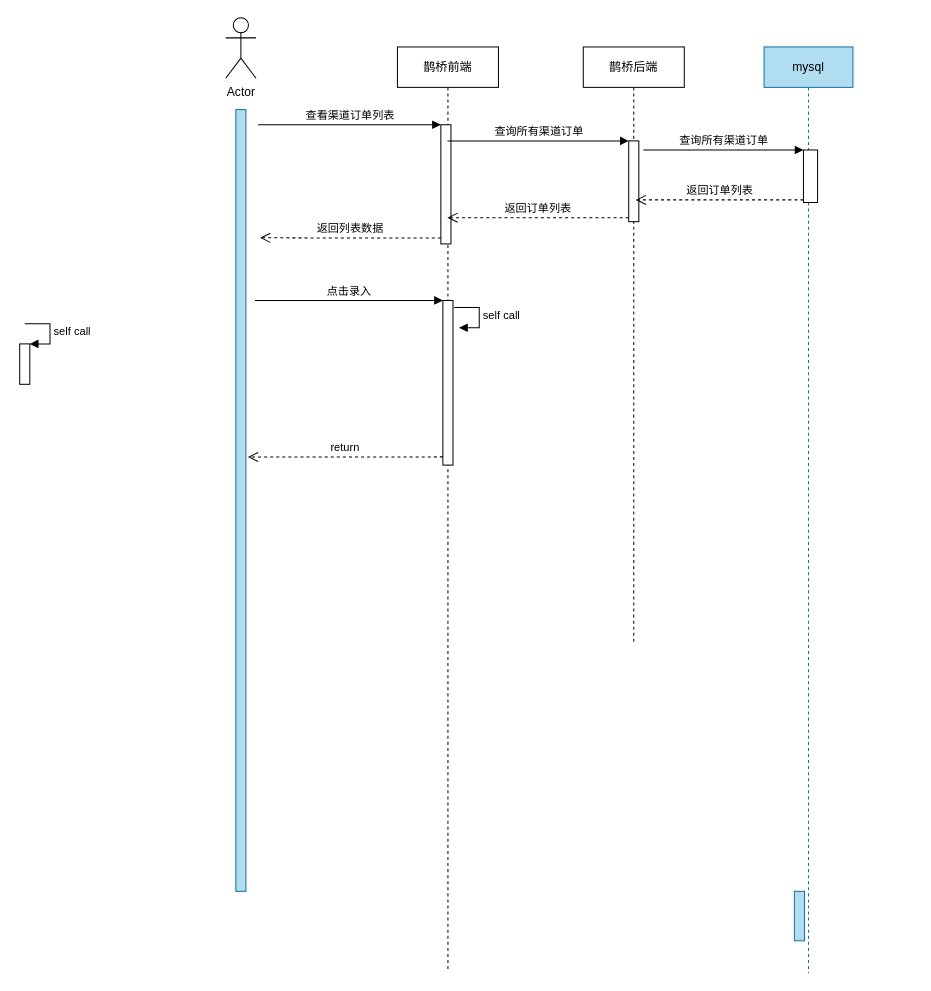
Above: 渠道顶大时序图.drawio in zhaoershuang/flow-chart (draw.io), before the change. Source tidied: cells renumbered, new cells numbered last; positions are measured from the earlier drawing's top-left corner, leaving out a move shared by most shapes. Both pictures are drawn from the tidied source at 101%, with x=0, y=0 at pixel (19, 17).
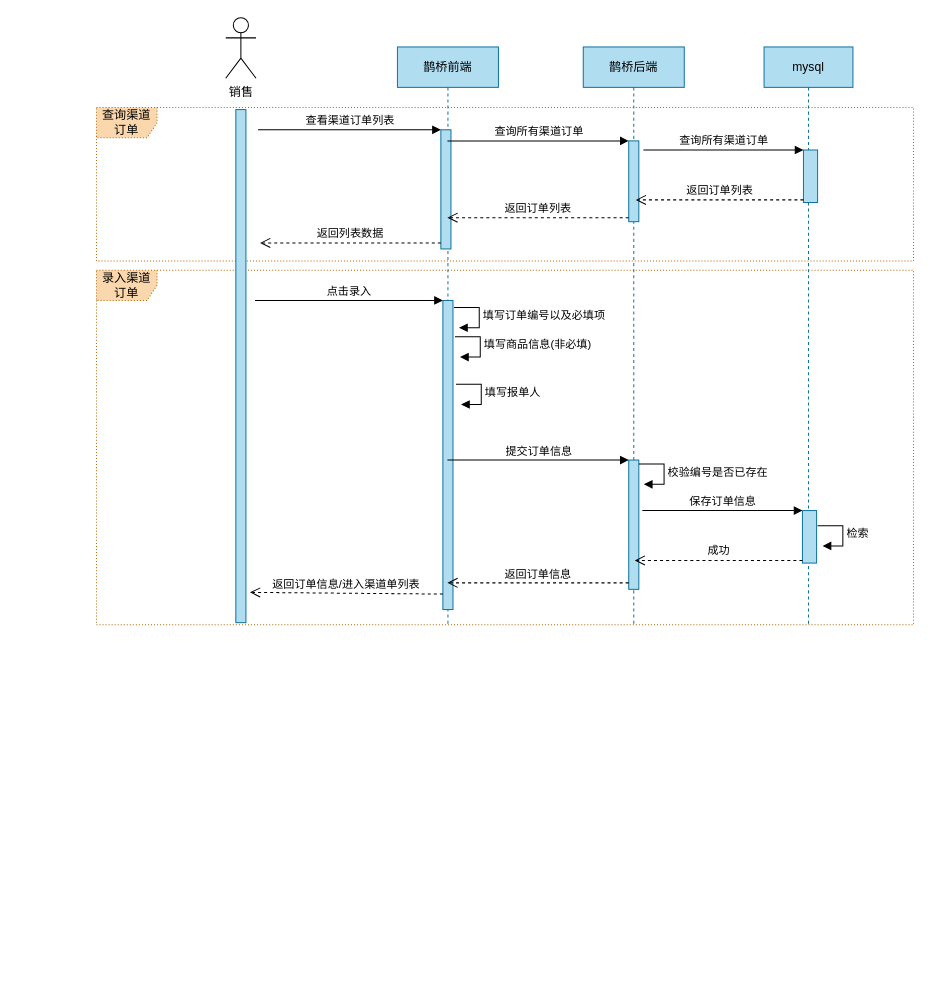
Above is the later version.

Commit message (it also covers changes not shown here):
更新渠道顶大时序图.drawio

What changed in the source:
```diff
@@
+    <mxCell id="24" value="录入渠道订单" style="shape=umlFrame;whiteSpace=wrap;html=1;fillColor=#fad7ac;strokeColor=#b46504;dashed=1;shadow=0;dashPattern=1 2;" parent="1" vertex="1">
+      <mxGeometry x="76" y="250" width="809" height="351" as="geometry" />
+    </mxCell>
+    <mxCell id="25" value="查询渠道订单" style="shape=umlFrame;whiteSpace=wrap;html=1;fillColor=#fad7ac;strokeColor=#b46504;dashed=1;dashPattern=1 2;shadow=0;" parent="1" vertex="1">
+      <mxGeometry x="76" y="89" width="809" height="152" as="geometry" />
+    </mxCell>
-    <mxCell id="2" value="鹊桥前端" style="shape=umlLifeline;perimeter=lifelinePerimeter;whiteSpace=wrap;html=1;outlineConnect=0;" parent="1" vertex="1">
-      <mxGeometry x="374" y="29" width="100" height="916" as="geometry" />
+    <mxCell id="2" value="鹊桥前端" style="shape=umlLifeline;perimeter=lifelinePerimeter;whiteSpace=wrap;html=1;outlineConnect=0;fillColor=#b1ddf0;strokeColor=#10739e;" parent="1" vertex="1">
+      <mxGeometry x="374" y="29" width="100" height="573" as="geometry" />
     </mxCell>
-    <mxCell id="3" style="html=1;points=[];perimeter=orthogonalPerimeter;" parent="2" vertex="1">
-      <mxGeometry x="45" y="251" width="10" height="163" as="geometry" />
+    <mxCell id="3" style="html=1;points=[];perimeter=orthogonalPerimeter;fillColor=#b1ddf0;strokeColor=#10739e;" parent="2" vertex="1">
+      <mxGeometry x="45" y="251" width="10" height="306" as="geometry" />
     </mxCell>
@@
-    <mxCell id="5" value="return" style="html=1;verticalAlign=bottom;endArrow=open;dashed=1;endSize=8;exitX=0;exitY=0.95;" parent="2" edge="1" source="3">
-      <mxGeometry relative="1" as="geometry">
-        <mxPoint x="-148" y="406" as="targetPoint" />
-      </mxGeometry>
-    </mxCell>
-    <mxCell id="6" style="html=1;points=[];perimeter=orthogonalPerimeter;" parent="2" vertex="1">
-      <mxGeometry x="43" y="77" width="10" height="118" as="geometry" />
+    <mxCell id="6" style="html=1;points=[];perimeter=orthogonalPerimeter;fillColor=#b1ddf0;strokeColor=#10739e;" parent="2" vertex="1">
+      <mxGeometry x="43" y="82" width="10" height="118" as="geometry" />
     </mxCell>
     <mxCell id="7" value="查看渠道订单列表" style="html=1;verticalAlign=bottom;endArrow=block;entryX=0;entryY=0;" parent="2" edge="1" target="6">
       <mxGeometry relative="1" as="geometry">
-        <mxPoint x="-138" y="77" as="sourcePoint" />
+        <mxPoint x="-138" y="82" as="sourcePoint" />
       </mxGeometry>
     </mxCell>
     <mxCell id="8" value="返回列表数据" style="html=1;verticalAlign=bottom;endArrow=open;dashed=1;endSize=8;exitX=0;exitY=0.95;" parent="2" edge="1" source="6">
       <mxGeometry relative="1" as="geometry">
-        <mxPoint x="-136" y="189" as="targetPoint" />
+        <mxPoint x="-136" y="194" as="targetPoint" />
       </mxGeometry>
     </mxCell>
-    <mxCell id="9" value="鹊桥后端" style="shape=umlLifeline;perimeter=lifelinePerimeter;whiteSpace=wrap;html=1;" parent="1" vertex="1">
-      <mxGeometry x="558" y="29" width="100" height="590" as="geometry" />
+    <mxCell id="9" value="鹊桥后端" style="shape=umlLifeline;perimeter=lifelinePerimeter;whiteSpace=wrap;html=1;fillColor=#b1ddf0;strokeColor=#10739e;" parent="1" vertex="1">
+      <mxGeometry x="558" y="29" width="100" height="572" as="geometry" />
     </mxCell>
-    <mxCell id="10" style="html=1;points=[];perimeter=orthogonalPerimeter;" parent="9" vertex="1">
+    <mxCell id="10" style="html=1;points=[];perimeter=orthogonalPerimeter;fillColor=#b1ddf0;strokeColor=#10739e;" parent="9" vertex="1">
       <mxGeometry x="45" y="93" width="10" height="80" as="geometry" />
     </mxCell>
+    <mxCell id="26" style="html=1;points=[];perimeter=orthogonalPerimeter;fillColor=#b1ddf0;strokeColor=#10739e;" parent="9" vertex="1">
+      <mxGeometry x="45" y="409" width="10" height="128" as="geometry" />
+    </mxCell>
     <mxCell id="11" style="html=1;perimeter=orthogonalPerimeter;fillColor=#b1ddf0;strokeColor=#10739e;" parent="1" vertex="1">
-      <mxGeometry x="214" y="91" width="10" height="774" as="geometry" />
+      <mxGeometry x="214" y="91" width="10" height="508" as="geometry" />
     </mxCell>
-    <mxCell id="12" value="Actor" style="shape=umlActor;verticalLabelPosition=bottom;verticalAlign=top;html=1;" parent="1" vertex="1">
+    <mxCell id="12" value="销售" style="shape=umlActor;verticalLabelPosition=bottom;verticalAlign=top;html=1;" parent="1" vertex="1">
       <mxGeometry x="204" width="30" height="60" as="geometry" />
     </mxCell>
     <mxCell id="13" value="mysql" style="shape=umlLifeline;perimeter=lifelinePerimeter;whiteSpace=wrap;html=1;fillColor=#b1ddf0;strokeColor=#10739e;" parent="1" vertex="1">
-      <mxGeometry x="737" y="29" width="88" height="917" as="geometry" />
+      <mxGeometry x="737" y="29" width="88" height="573" as="geometry" />
     </mxCell>
@@
-    <mxCell id="15" style="html=1;perimeter=orthogonalPerimeter;fillColor=#b1ddf0;strokeColor=#10739e;" parent="13" vertex="1">
-      <mxGeometry x="30" y="836" width="10" height="49" as="geometry" />
-    </mxCell>
+    <mxCell id="27" style="html=1;points=[];perimeter=orthogonalPerimeter;fillColor=#b1ddf0;strokeColor=#10739e;" parent="13" vertex="1">
+      <mxGeometry x="38" y="459" width="14" height="52" as="geometry" />
+    </mxCell>
+    <mxCell id="28" value="保存订单信息" style="html=1;verticalAlign=bottom;endArrow=block;entryX=0;entryY=0;" parent="13" edge="1" target="27">
+      <mxGeometry relative="1" as="geometry">
+        <mxPoint x="-120.5" y="459" as="sourcePoint" />
+      </mxGeometry>
+    </mxCell>
+    <mxCell id="29" value="成功" style="html=1;verticalAlign=bottom;endArrow=open;dashed=1;endSize=8;exitX=0;exitY=0.95;" parent="13" edge="1" source="27">
+      <mxGeometry relative="1" as="geometry">
+        <mxPoint x="-128" y="508.4" as="targetPoint" />
+      </mxGeometry>
+    </mxCell>
@@
-    <mxCell id="18" style="html=1;points=[];perimeter=orthogonalPerimeter;" parent="1" vertex="1">
+    <mxCell id="18" style="html=1;points=[];perimeter=orthogonalPerimeter;fillColor=#b1ddf0;strokeColor=#10739e;" parent="1" vertex="1">
       <mxGeometry x="776" y="131" width="14" height="52" as="geometry" />
     </mxCell>
@@
-    <mxCell id="21" style="html=1;points=[];perimeter=orthogonalPerimeter;" parent="1" vertex="1">
-      <mxGeometry y="323" width="10" height="40" as="geometry" />
-    </mxCell>
-    <mxCell id="22" value="self call" style="edgeStyle=orthogonalEdgeStyle;html=1;align=left;spacingLeft=2;endArrow=block;rounded=0;entryX=1;entryY=0;" parent="1" edge="1" target="21">
-      <mxGeometry relative="1" as="geometry">
-        <mxPoint x="5" y="303" as="sourcePoint" />
-        <Array as="points">
-          <mxPoint x="30" y="303" />
-        </Array>
-      </mxGeometry>
-    </mxCell>
-    <mxCell id="23" value="self call" style="edgeStyle=orthogonalEdgeStyle;html=1;align=left;spacingLeft=2;endArrow=block;rounded=0;entryX=1;entryY=0;" parent="1" edge="1">
+    <mxCell id="23" value="填写订单编号以及必填项" style="edgeStyle=orthogonalEdgeStyle;html=1;align=left;spacingLeft=2;endArrow=block;rounded=0;entryX=1;entryY=0;" parent="1" edge="1">
       <mxGeometry relative="1" as="geometry">
         <mxPoint x="430" y="287" as="sourcePoint" />
         <mxPoint x="435" y="307" as="targetPoint" />
         <Array as="points">
           <mxPoint x="455" y="287" />
         </Array>
       </mxGeometry>
     </mxCell>
+    <mxCell id="30" value="填写商品信息(非必填)" style="edgeStyle=orthogonalEdgeStyle;html=1;align=left;spacingLeft=2;endArrow=block;rounded=0;entryX=1;entryY=0;" parent="1" edge="1">
+      <mxGeometry relative="1" as="geometry">
+        <mxPoint x="431" y="316" as="sourcePoint" />
+        <mxPoint x="436" y="336" as="targetPoint" />
+        <Array as="points">
+          <mxPoint x="456" y="316" />
+        </Array>
+      </mxGeometry>
+    </mxCell>
+    <mxCell id="31" value="填写报单人" style="edgeStyle=orthogonalEdgeStyle;html=1;align=left;spacingLeft=2;endArrow=block;rounded=0;entryX=1;entryY=0;" parent="1" edge="1">
+      <mxGeometry relative="1" as="geometry">
+        <mxPoint x="432" y="363" as="sourcePoint" />
+        <mxPoint x="437" y="383" as="targetPoint" />
+        <Array as="points">
+          <mxPoint x="457" y="363" />
+        </Array>
+      </mxGeometry>
+    </mxCell>
+    <mxCell id="5" value="返回订单信息/进入渠道单列表" style="html=1;verticalAlign=bottom;endArrow=open;dashed=1;endSize=8;exitX=0;exitY=0.95;" parent="1" edge="1" source="3">
+      <mxGeometry relative="1" as="geometry">
+        <mxPoint x="228" y="569" as="targetPoint" />
+      </mxGeometry>
+    </mxCell>
+    <mxCell id="32" value="返回订单信息" style="html=1;verticalAlign=bottom;endArrow=open;dashed=1;endSize=8;exitX=0;exitY=0.95;" parent="1" edge="1" source="26">
+      <mxGeometry relative="1" as="geometry">
+        <mxPoint x="423.5" y="559.6" as="targetPoint" />
+      </mxGeometry>
+    </mxCell>
+    <mxCell id="33" value="提交订单信息" style="html=1;verticalAlign=bottom;endArrow=block;entryX=0;entryY=0;" parent="1" edge="1" source="2" target="26">
+      <mxGeometry relative="1" as="geometry" />
+    </mxCell>
+    <mxCell id="34" value="校验编号是否已存在" style="edgeStyle=orthogonalEdgeStyle;html=1;align=left;spacingLeft=2;endArrow=block;rounded=0;entryX=1;entryY=0;" parent="1" edge="1">
+      <mxGeometry relative="1" as="geometry">
+        <mxPoint x="613" y="442" as="sourcePoint" />
+        <mxPoint x="618" y="462" as="targetPoint" />
+        <Array as="points">
+          <mxPoint x="638" y="442" />
+        </Array>
+      </mxGeometry>
+    </mxCell>
+    <mxCell id="35" value="检索" style="edgeStyle=orthogonalEdgeStyle;html=1;align=left;spacingLeft=2;endArrow=block;rounded=0;entryX=1;entryY=0;" parent="1" edge="1">
+      <mxGeometry relative="1" as="geometry">
+        <mxPoint x="790" y="503" as="sourcePoint" />
+        <mxPoint x="795" y="523" as="targetPoint" />
+        <Array as="points">
+          <mxPoint x="815" y="503" />
+        </Array>
+      </mxGeometry>
+    </mxCell>
```
